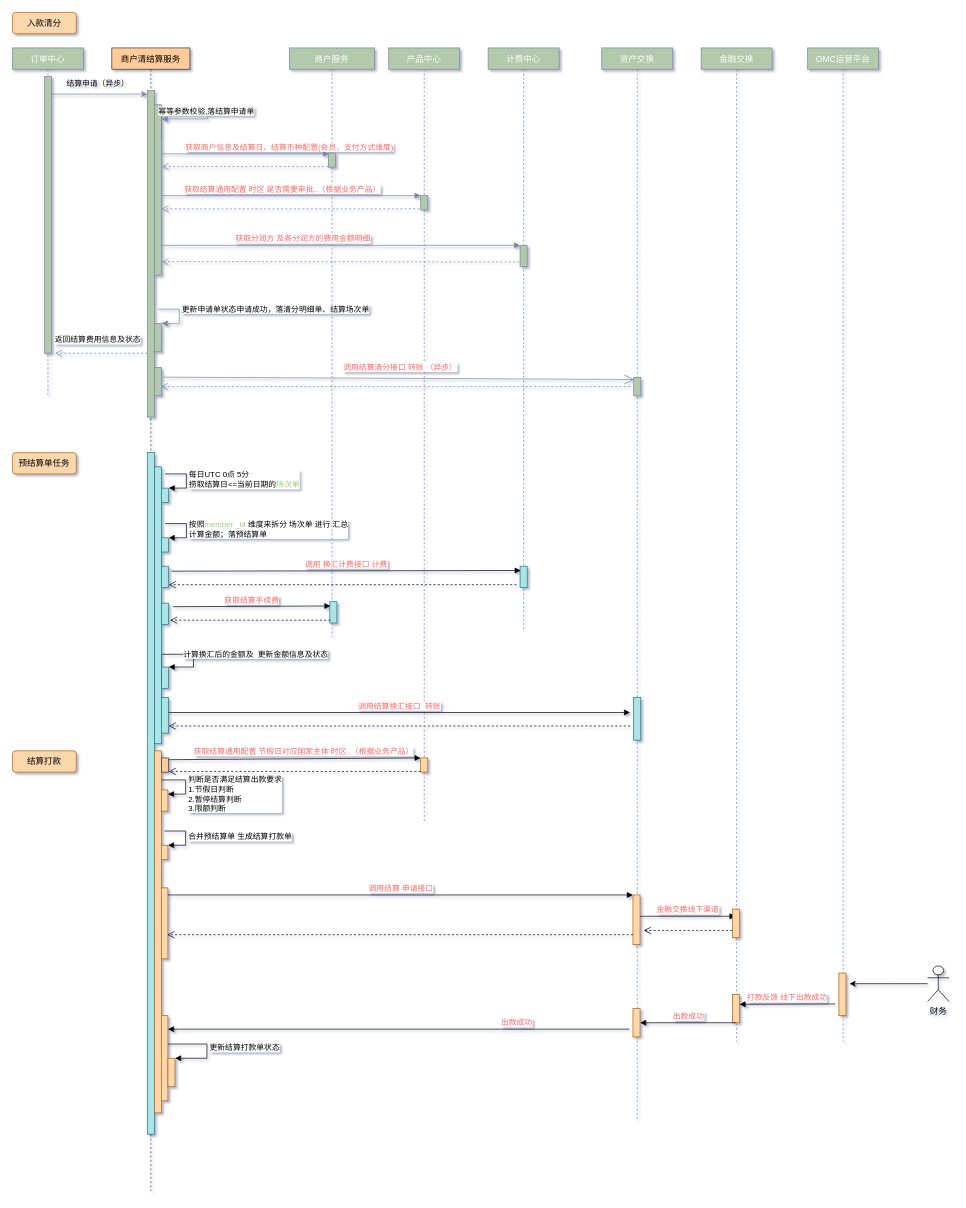
DominicElvira/Diagrams keeps this draw.io diagram as merchant-settle/Untitled Diagram.drawio. Above is the earlier version. Source tidied: cells renumbered, new cells numbered last; positions are measured from the earlier drawing's top-left corner, leaving out a move shared by most shapes. Both pictures are drawn from the tidied source at 71%, with x=0, y=0 at pixel (12, 12).
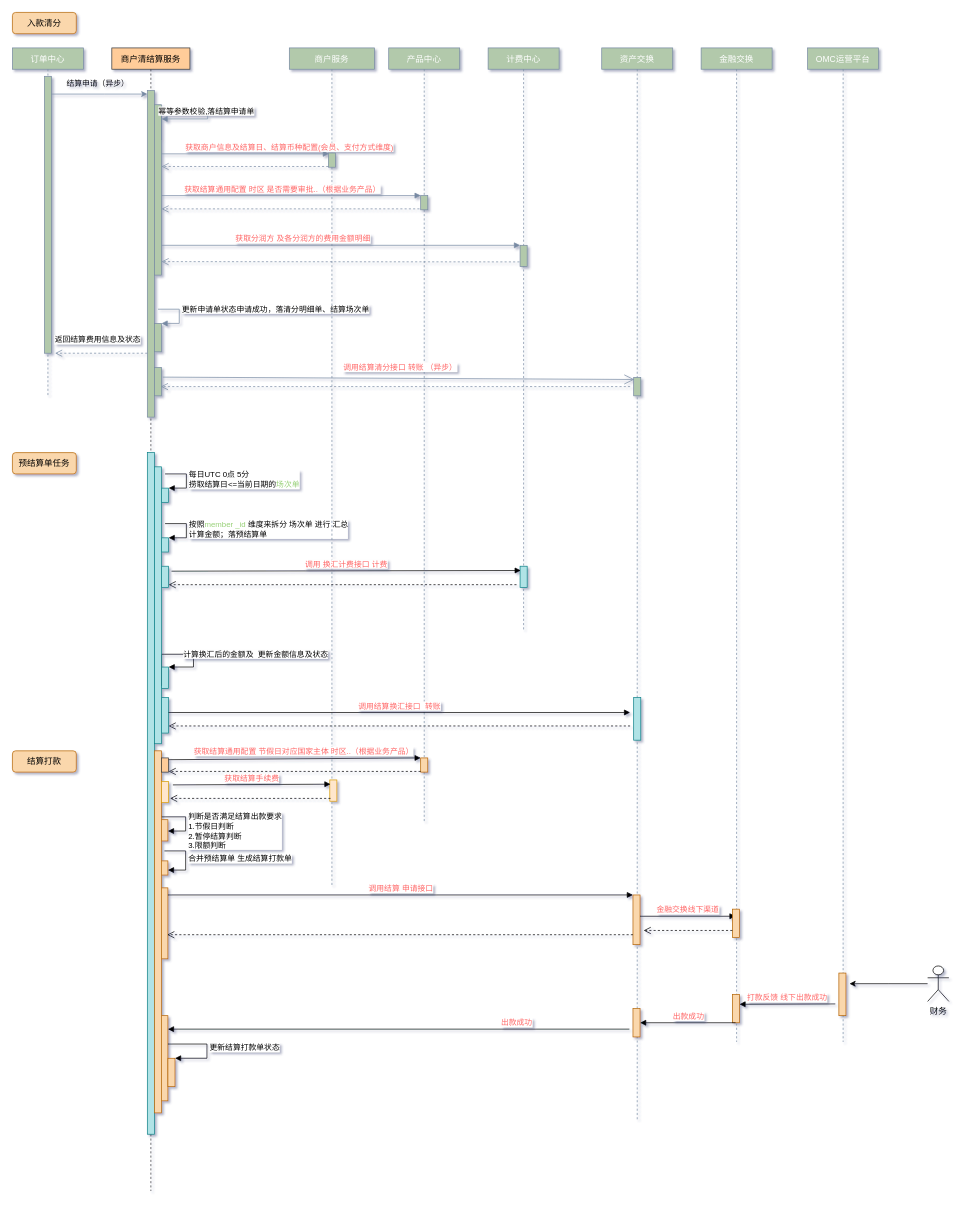
After the change.

Unchanged cells that the change refers to:
```xml
<mxCell id="4" value="商户清结算服务" style="shape=umlLifeline;perimeter=lifelinePerimeter;shadow=0;strokeWidth=1;fillColor=#ffcc99;strokeColor=#36393d;rounded=0;size=30;" parent="1" vertex="1">
  <mxGeometry x="140" y="50" width="110" height="1610" as="geometry" />
</mxCell>
```

The edit, as a diff of the source:
```diff
@@
     <mxCell id="20" style="html=1;perimeter=orthogonalPerimeter;fillColor=#fad7ac;strokeColor=#b46504;" parent="4" vertex="1">
-      <mxGeometry x="69" y="1045" width="10" height="30" as="geometry" />
+      <mxGeometry x="69" y="1087" width="10" height="30" as="geometry" />
     </mxCell>
     <mxCell id="21" value="判断是否满足结算出款要求&lt;br&gt;1.节假日判断 &lt;br&gt;2.暂停结算判断 &lt;br&gt;3.限额判断" style="edgeStyle=orthogonalEdgeStyle;html=1;align=left;spacingLeft=2;endArrow=block;rounded=0;entryX=1;entryY=0;fontColor=#000000;exitX=1;exitY=0.795;exitDx=0;exitDy=0;exitPerimeter=0;" parent="4" edge="1">
       <mxGeometry x="0.39" relative="1" as="geometry">
-        <mxPoint x="69" y="1029" as="sourcePoint" />
-        <mxPoint x="79" y="1051" as="targetPoint" />
+        <mxPoint x="69" y="1081" as="sourcePoint" />
+        <mxPoint x="79" y="1103" as="targetPoint" />
         <Array as="points">
-          <mxPoint x="69" y="1031" />
-          <mxPoint x="104" y="1031" />
-          <mxPoint x="104" y="1051" />
+          <mxPoint x="69" y="1083" />
+          <mxPoint x="104" y="1083" />
+          <mxPoint x="104" y="1103" />
         </Array>
       </mxGeometry>
     </mxCell>
@@
     <mxCell id="23" style="html=1;points=[];perimeter=orthogonalPerimeter;fillColor=#fad7ac;strokeColor=#b46504;" parent="4" vertex="1">
-      <mxGeometry x="69" y="1123" width="10" height="20" as="geometry" />
+      <mxGeometry x="69" y="1145" width="10" height="20" as="geometry" />
     </mxCell>
-    <mxCell id="24" value="合并预结算单 生成结算打款单" style="edgeStyle=orthogonalEdgeStyle;html=1;align=left;spacingLeft=2;endArrow=block;rounded=0;entryX=1;entryY=0;fontColor=#000000;" parent="4" edge="1" target="23">
+    <mxCell id="24" value="合并预结算单 生成结算打款单" style="edgeStyle=orthogonalEdgeStyle;html=1;align=left;spacingLeft=2;endArrow=block;rounded=0;entryX=1;entryY=0;fontColor=#000000;" parent="4" edge="1">
       <mxGeometry relative="1" as="geometry">
-        <mxPoint x="74" y="1103" as="sourcePoint" />
+        <mxPoint x="74" y="1131" as="sourcePoint" />
+        <mxPoint x="79" y="1158" as="targetPoint" />
         <Array as="points">
-          <mxPoint x="104" y="1103" />
+          <mxPoint x="104" y="1131" />
+          <mxPoint x="104" y="1158" />
         </Array>
       </mxGeometry>
     </mxCell>
@@
     <mxCell id="42" value="商户服务" style="shape=umlLifeline;perimeter=lifelinePerimeter;shadow=0;strokeWidth=1;fillColor=#B2C9AB;strokeColor=#788AA3;fontColor=#FFFFFF;rounded=0;size=30;" parent="1" vertex="1">
-      <mxGeometry x="390" y="50" width="120" height="830" as="geometry" />
+      <mxGeometry x="390" y="50" width="120" height="1180" as="geometry" />
     </mxCell>
@@
-    <mxCell id="62" style="html=1;points=[];perimeter=orthogonalPerimeter;fillColor=#b0e3e6;strokeColor=#0e8088;" parent="1" vertex="1">
-      <mxGeometry x="447" y="830" width="10" height="30" as="geometry" />
+    <mxCell id="62" style="html=1;points=[];perimeter=orthogonalPerimeter;fillColor=#ffe6cc;strokeColor=#d79b00;" parent="1" vertex="1">
+      <mxGeometry x="447" y="1081" width="10" height="30" as="geometry" />
     </mxCell>
     <mxCell id="63" value="&lt;font color=&quot;#ff6666&quot;&gt;获取结算手续费&lt;/font&gt;" style="html=1;verticalAlign=bottom;endArrow=block;entryX=0.1;entryY=0.2;rounded=0;fontColor=#000000;exitX=1.4;exitY=0.233;exitDx=0;exitDy=0;exitPerimeter=0;entryDx=0;entryDy=0;entryPerimeter=0;" parent="1" edge="1" target="62">
       <mxGeometry relative="1" as="geometry">
-        <mxPoint x="226" y="837" as="sourcePoint" />
+        <mxPoint x="226" y="1088" as="sourcePoint" />
       </mxGeometry>
     </mxCell>
     <mxCell id="64" style="html=1;verticalAlign=bottom;endArrow=open;dashed=1;endSize=8;rounded=0;fontColor=#000000;entryX=1;entryY=0.867;entryDx=0;entryDy=0;entryPerimeter=0;exitX=0.1;exitY=0.867;exitDx=0;exitDy=0;exitPerimeter=0;" parent="1" edge="1" source="62">
       <mxGeometry relative="1" as="geometry">
-        <mxPoint x="222" y="856" as="targetPoint" />
+        <mxPoint x="222" y="1107" as="targetPoint" />
       </mxGeometry>
     </mxCell>
-    <mxCell id="65" style="html=1;perimeter=orthogonalPerimeter;fillColor=#b0e3e6;strokeColor=#0e8088;" parent="1" vertex="1">
-      <mxGeometry x="210" y="832" width="10" height="30" as="geometry" />
+    <mxCell id="65" style="html=1;perimeter=orthogonalPerimeter;fillColor=#ffe6cc;strokeColor=#d79b00;" parent="1" vertex="1">
+      <mxGeometry x="210" y="1083" width="10" height="30" as="geometry" />
     </mxCell>
```
